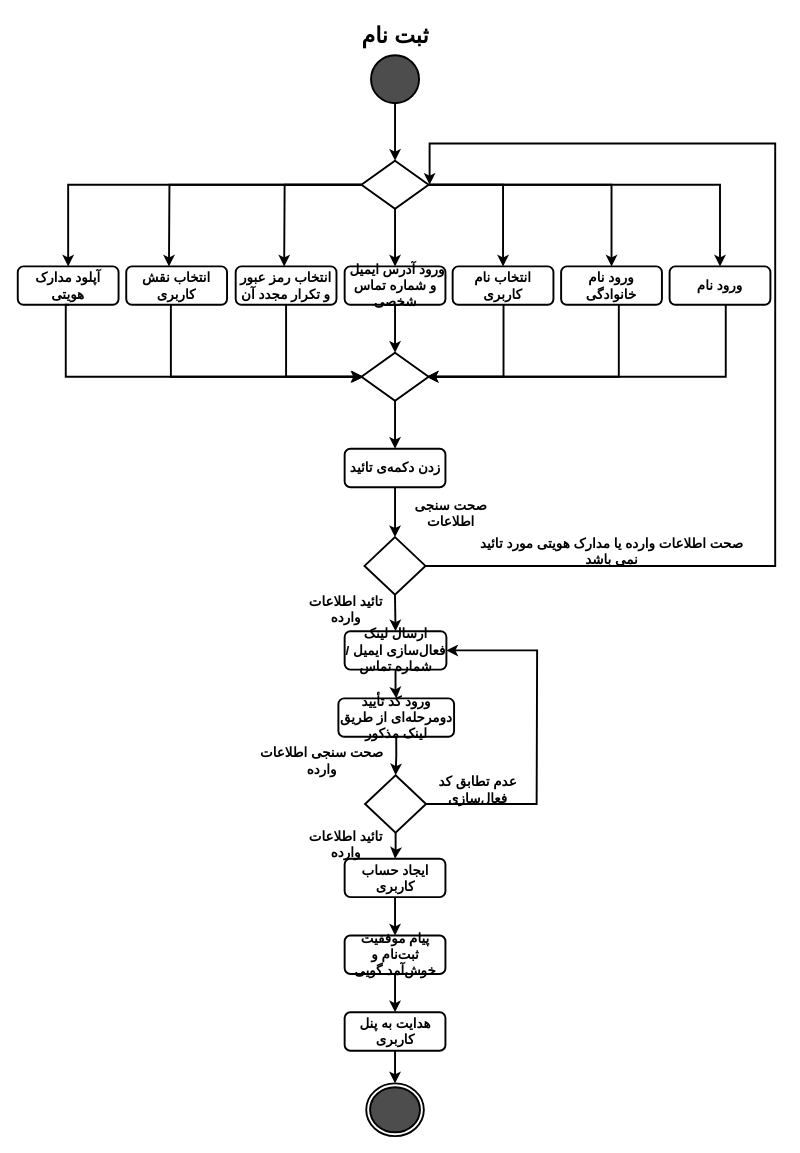
Above: page "Registration" (21 of 23) of ActivityDiagram/MiddleWare_CarBaMaActivityDiagram.drawio in MelvinMo/CarBaMa_Automotive-Sale-Application (draw.io), before the change. Source tidied: cells renumbered, new cells numbered last; positions are measured from the earlier drawing's top-left corner, leaving out a move shared by most shapes. Both pictures are drawn from the tidied source at 96%, with x=0, y=0 at pixel (17, 16).
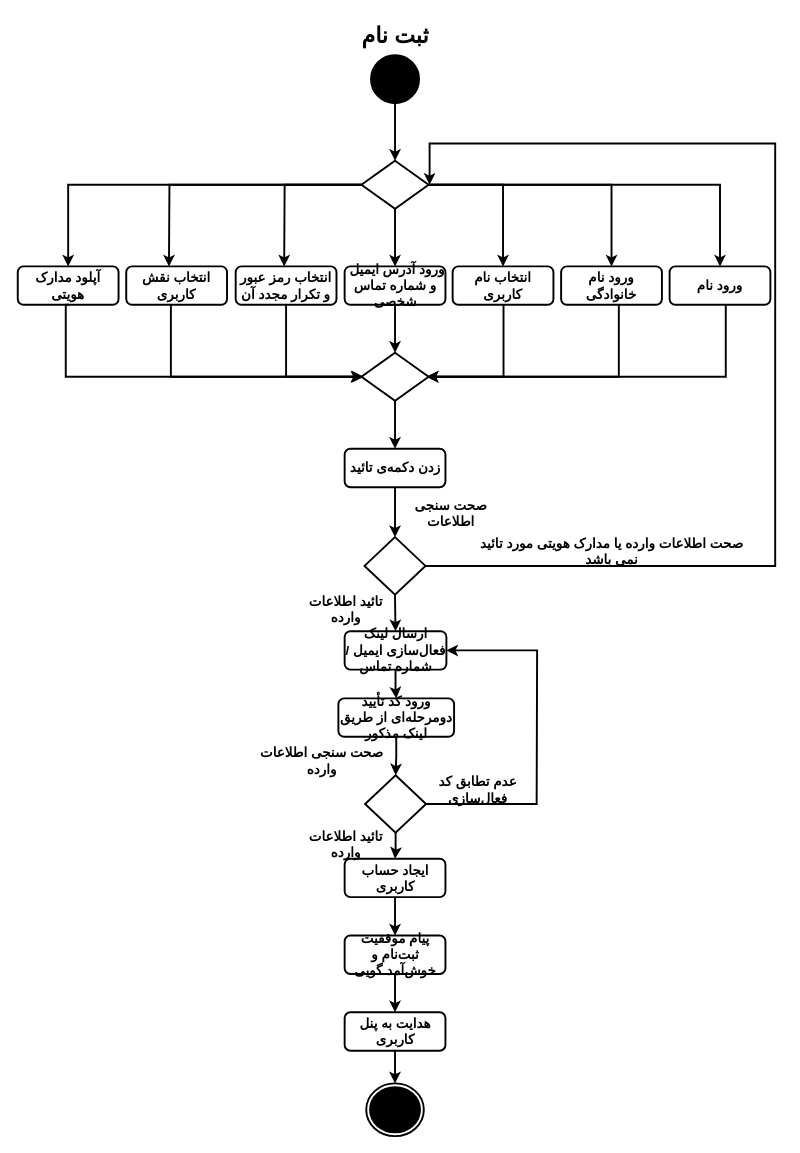
The same page after the edit.

Commit message (it also covers changes not shown here):
update UseCase and Activity diagram

Change to the diagram source:
```diff
@@
-    <mxCell id="4" style="ellipse;whiteSpace=wrap;html=1;fillColor=#4D4D4D;strokeWidth=2;" parent="1" vertex="1">
+    <mxCell id="4" style="ellipse;whiteSpace=wrap;html=1;fillColor=#000000;strokeWidth=2;" parent="1" vertex="1">
       <mxGeometry x="368" y="40" width="50" height="50" as="geometry" />
     </mxCell>
-    <mxCell id="5" style="ellipse;html=1;shape=endState;fillColor=#4D4D4D;strokeColor=#000000;strokeWidth=2;" parent="1" vertex="1">
+    <mxCell id="5" style="ellipse;html=1;shape=endState;fillColor=#000000;strokeColor=#000000;strokeWidth=2;" parent="1" vertex="1">
       <mxGeometry x="363" y="1111" width="60" height="55" as="geometry" />
     </mxCell>
```
